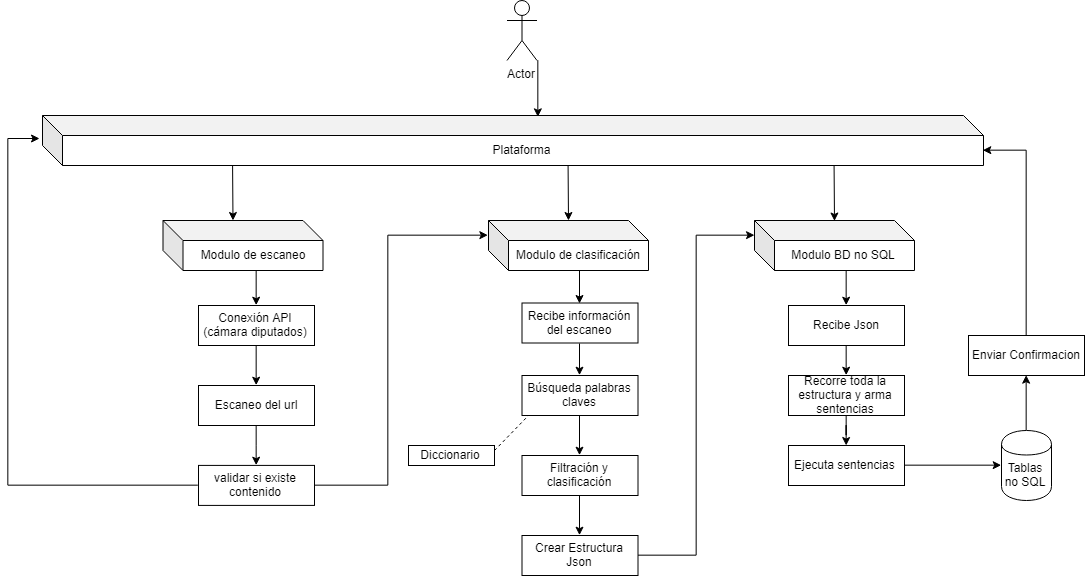
Eithilgan/Proyecto-ACDD keeps this draw.io diagram as Diagrama modular.png. Above is the earlier version. Source tidied: cells renumbered, new cells last; positions are measured from the earlier drawing's top-left corner, leaving out a move shared by most shapes.
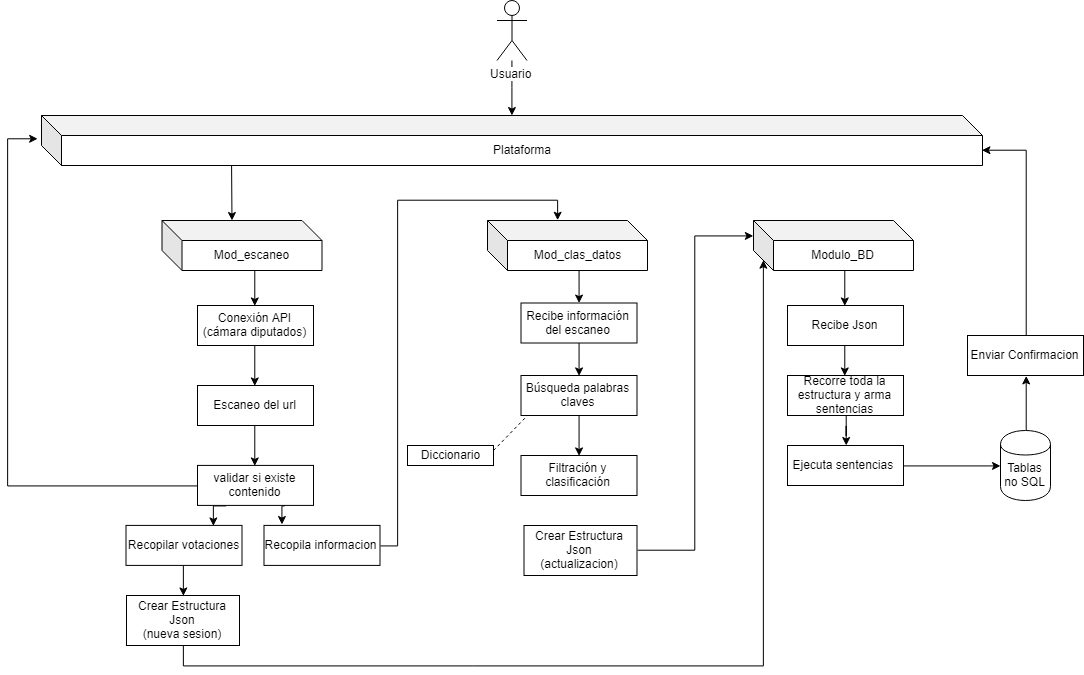
Above is the later version.

What changed in the source:
```diff
@@ -2,11 +2,11 @@
   <root>
     <mxCell id="0" />
     <mxCell id="1" parent="0" />
-    <mxCell id="2" style="edgeStyle=orthogonalEdgeStyle;rounded=0;jettySize=auto;html=1;exitX=1;exitY=1;exitDx=0;exitDy=0;exitPerimeter=0;entryX=0.526;entryY=0.037;entryDx=0;entryDy=0;entryPerimeter=0;" parent="1" edge="1" source="3" target="4">
+    <mxCell id="2" style="edgeStyle=orthogonalEdgeStyle;rounded=0;jettySize=auto;html=1;" parent="1" edge="1" source="3" target="4">
       <mxGeometry relative="1" as="geometry" />
     </mxCell>
-    <mxCell id="3" value="Actor" style="shape=umlActor;verticalLabelPosition=bottom;labelBackgroundColor=#ffffff;verticalAlign=top;html=1;outlineConnect=0;" parent="1" vertex="1">
-      <mxGeometry x="498.5" width="30" height="60" as="geometry" />
+    <mxCell id="3" value="Usuario" style="shape=umlActor;verticalLabelPosition=bottom;labelBackgroundColor=#ffffff;verticalAlign=top;html=1;outlineConnect=0;" parent="1" vertex="1">
+      <mxGeometry x="489.5" width="30" height="60" as="geometry" />
     </mxCell>
     <mxCell id="4" value="Plataforma" style="shape=cube;whiteSpace=wrap;html=1;boundedLbl=1;backgroundOutline=1;darkOpacity=0.05;darkOpacity2=0.1;" parent="1" vertex="1">
       <mxGeometry x="34" y="115" width="941" height="50" as="geometry" />
@@ -14,19 +14,19 @@
     <mxCell id="5" style="edgeStyle=orthogonalEdgeStyle;rounded=0;jettySize=auto;html=1;exitX=0;exitY=0;exitDx=90;exitDy=50;exitPerimeter=0;entryX=0.5;entryY=0;entryDx=0;entryDy=0;" parent="1" edge="1" source="6" target="12">
       <mxGeometry relative="1" as="geometry" />
     </mxCell>
-    <mxCell id="6" value="Modulo de escaneo" style="shape=cube;whiteSpace=wrap;html=1;boundedLbl=1;backgroundOutline=1;darkOpacity=0.05;darkOpacity2=0.1;" parent="1" vertex="1">
+    <mxCell id="6" value="Mod_escaneo" style="shape=cube;whiteSpace=wrap;html=1;boundedLbl=1;backgroundOutline=1;darkOpacity=0.05;darkOpacity2=0.1;" parent="1" vertex="1">
       <mxGeometry x="154.5" y="220" width="160" height="50" as="geometry" />
     </mxCell>
     <mxCell id="7" style="edgeStyle=orthogonalEdgeStyle;rounded=0;jettySize=auto;html=1;exitX=0;exitY=0;exitDx=90;exitDy=50;exitPerimeter=0;entryX=0.5;entryY=0;entryDx=0;entryDy=0;" parent="1" edge="1" source="8" target="29">
       <mxGeometry relative="1" as="geometry" />
     </mxCell>
-    <mxCell id="8" value="Modulo de clasificación" style="shape=cube;whiteSpace=wrap;html=1;boundedLbl=1;backgroundOutline=1;darkOpacity=0.05;darkOpacity2=0.1;" parent="1" vertex="1">
+    <mxCell id="8" value="Mod_clas_datos" style="shape=cube;whiteSpace=wrap;html=1;boundedLbl=1;backgroundOutline=1;darkOpacity=0.05;darkOpacity2=0.1;" parent="1" vertex="1">
       <mxGeometry x="480" y="220" width="160" height="50" as="geometry" />
     </mxCell>
     <mxCell id="9" style="edgeStyle=orthogonalEdgeStyle;rounded=0;jettySize=auto;html=1;exitX=0;exitY=0;exitDx=90;exitDy=50;exitPerimeter=0;entryX=0.5;entryY=0;entryDx=0;entryDy=0;" parent="1" edge="1" source="10" target="25">
       <mxGeometry relative="1" as="geometry" />
     </mxCell>
-    <mxCell id="10" value="Modulo BD no SQL" style="shape=cube;whiteSpace=wrap;html=1;boundedLbl=1;backgroundOutline=1;darkOpacity=0.05;darkOpacity2=0.1;" parent="1" vertex="1">
+    <mxCell id="10" value="Modulo_BD" style="shape=cube;whiteSpace=wrap;html=1;boundedLbl=1;backgroundOutline=1;darkOpacity=0.05;darkOpacity2=0.1;" parent="1" vertex="1">
       <mxGeometry x="746" y="220" width="160" height="50" as="geometry" />
     </mxCell>
     <mxCell id="11" style="edgeStyle=orthogonalEdgeStyle;rounded=0;jettySize=auto;html=1;exitX=0.5;exitY=1;exitDx=0;exitDy=0;entryX=0.5;entryY=0;entryDx=0;entryDy=0;" parent="1" edge="1" source="12" target="14">
@@ -49,35 +49,36 @@
         </Array>
       </mxGeometry>
     </mxCell>
-    <mxCell id="16" style="edgeStyle=orthogonalEdgeStyle;rounded=0;jettySize=auto;html=1;exitX=1;exitY=0.5;exitDx=0;exitDy=0;entryX=0;entryY=0;entryDx=0;entryDy=15;entryPerimeter=0;" parent="1" edge="1" source="17" target="8">
-      <mxGeometry relative="1" as="geometry">
-        <Array as="points">
-          <mxPoint x="380" y="485" />
-          <mxPoint x="380" y="235" />
-        </Array>
-      </mxGeometry>
-    </mxCell>
+    <mxCell id="41" style="edgeStyle=orthogonalEdgeStyle;rounded=0;jettySize=auto;html=1;exitX=0.25;exitY=1;exitDx=0;exitDy=0;entryX=0.75;entryY=0;entryDx=0;entryDy=0;" parent="1" edge="1" source="17" target="46">
+      <mxGeometry relative="1" as="geometry" />
+    </mxCell>
+    <mxCell id="42" style="edgeStyle=orthogonalEdgeStyle;rounded=0;jettySize=auto;html=1;exitX=0.75;exitY=1;exitDx=0;exitDy=0;entryX=0.159;entryY=-0.017;entryDx=0;entryDy=0;entryPerimeter=0;" parent="1" edge="1" source="17" target="48">
+      <mxGeometry relative="1" as="geometry" />
+    </mxCell>
     <mxCell id="17" value="validar si existe contenido" style="rounded=0;whiteSpace=wrap;html=1;" parent="1" vertex="1">
       <mxGeometry x="190" y="464.9" width="116" height="40" as="geometry" />
     </mxCell>
+    <mxCell id="43" style="edgeStyle=orthogonalEdgeStyle;rounded=0;jettySize=auto;html=1;exitX=0.5;exitY=1;exitDx=0;exitDy=0;entryX=0;entryY=0;entryDx=10;entryDy=40;entryPerimeter=0;" parent="1" edge="1" source="44" target="10">
+      <mxGeometry relative="1" as="geometry" />
+    </mxCell>
+    <mxCell id="44" value="Crear Estructura Json&lt;br&gt;(nueva sesion)" style="rounded=0;whiteSpace=wrap;html=1;" parent="1" vertex="1">
+      <mxGeometry x="119" y="595" width="113" height="50" as="geometry" />
+    </mxCell>
+    <mxCell id="45" style="edgeStyle=orthogonalEdgeStyle;rounded=0;jettySize=auto;html=1;exitX=0.5;exitY=1;exitDx=0;exitDy=0;entryX=0.5;entryY=0;entryDx=0;entryDy=0;" parent="1" edge="1" source="46" target="44">
+      <mxGeometry relative="1" as="geometry" />
+    </mxCell>
+    <mxCell id="46" value="Recopilar votaciones" style="rounded=0;whiteSpace=wrap;html=1;" parent="1" vertex="1">
+      <mxGeometry x="118.5" y="524.9" width="116" height="40" as="geometry" />
+    </mxCell>
     <mxCell id="18" style="edgeStyle=orthogonalEdgeStyle;rounded=0;jettySize=auto;html=1;exitX=0.5;exitY=1;exitDx=0;exitDy=0;entryX=0.5;entryY=0;entryDx=0;entryDy=0;" parent="1" edge="1" source="19" target="21">
       <mxGeometry relative="1" as="geometry" />
     </mxCell>
     <mxCell id="19" value="Búsqueda palabras claves" style="rounded=0;whiteSpace=wrap;html=1;" parent="1" vertex="1">
       <mxGeometry x="513.5" y="375" width="116" height="40" as="geometry" />
     </mxCell>
-    <mxCell id="20" style="edgeStyle=orthogonalEdgeStyle;rounded=0;jettySize=auto;html=1;exitX=0.5;exitY=1;exitDx=0;exitDy=0;entryX=0.5;entryY=0;entryDx=0;entryDy=0;" parent="1" edge="1" source="21" target="23">
-      <mxGeometry relative="1" as="geometry" />
-    </mxCell>
     <mxCell id="21" value="Filtración y clasificación" style="rounded=0;whiteSpace=wrap;html=1;" parent="1" vertex="1">
       <mxGeometry x="513.5" y="455" width="116" height="40" as="geometry" />
     </mxCell>
-    <mxCell id="22" style="edgeStyle=orthogonalEdgeStyle;rounded=0;jettySize=auto;html=1;exitX=1;exitY=0.5;exitDx=0;exitDy=0;entryX=0;entryY=0;entryDx=0;entryDy=15;entryPerimeter=0;" parent="1" edge="1" source="23" target="10">
-      <mxGeometry relative="1" as="geometry" />
-    </mxCell>
-    <mxCell id="23" value="Crear Estructura Json" style="rounded=0;whiteSpace=wrap;html=1;" parent="1" vertex="1">
-      <mxGeometry x="513.5" y="535" width="116" height="40" as="geometry" />
-    </mxCell>
     <mxCell id="24" style="edgeStyle=orthogonalEdgeStyle;rounded=0;jettySize=auto;html=1;exitX=0.5;exitY=1;exitDx=0;exitDy=0;entryX=0.5;entryY=0;entryDx=0;entryDy=0;" parent="1" edge="1" source="25" target="31">
       <mxGeometry relative="1" as="geometry" />
     </mxCell>
@@ -123,17 +124,23 @@
     <mxCell id="38" style="endArrow=classic;html=1;entryX=0;entryY=0;entryDx=70;entryDy=0;entryPerimeter=0;exitX=0.202;exitY=0.99;exitDx=0;exitDy=0;exitPerimeter=0;" parent="1" edge="1" source="4" target="6">
       <mxGeometry relative="1" as="geometry" />
     </mxCell>
-    <mxCell id="39" style="endArrow=classic;html=1;entryX=0;entryY=0;entryDx=70;entryDy=0;entryPerimeter=0;exitX=0.202;exitY=0.99;exitDx=0;exitDy=0;exitPerimeter=0;" parent="1" edge="1">
-      <mxGeometry relative="1" as="geometry">
-        <mxPoint x="559.6" y="164.5" as="sourcePoint" />
-        <mxPoint x="560" y="220" as="targetPoint" />
-      </mxGeometry>
-    </mxCell>
-    <mxCell id="40" style="endArrow=classic;html=1;entryX=0;entryY=0;entryDx=70;entryDy=0;entryPerimeter=0;exitX=0.202;exitY=0.99;exitDx=0;exitDy=0;exitPerimeter=0;" parent="1" edge="1">
-      <mxGeometry relative="1" as="geometry">
-        <mxPoint x="825.6" y="165" as="sourcePoint" />
-        <mxPoint x="826" y="220.5" as="targetPoint" />
-      </mxGeometry>
-    </mxCell>
+    <mxCell id="47" style="edgeStyle=orthogonalEdgeStyle;rounded=0;jettySize=auto;html=1;exitX=1;exitY=0.5;exitDx=0;exitDy=0;entryX=0;entryY=0;entryDx=70;entryDy=0;entryPerimeter=0;" parent="1" edge="1" source="48" target="8">
+      <mxGeometry relative="1" as="geometry">
+        <Array as="points">
+          <mxPoint x="390" y="545" />
+          <mxPoint x="390" y="200" />
+          <mxPoint x="550" y="200" />
+        </Array>
+      </mxGeometry>
+    </mxCell>
+    <mxCell id="48" value="Recopila informacion" style="rounded=0;whiteSpace=wrap;html=1;" parent="1" vertex="1">
+      <mxGeometry x="256.5" y="524.9" width="116" height="40" as="geometry" />
+    </mxCell>
+    <mxCell id="49" style="edgeStyle=orthogonalEdgeStyle;rounded=0;jettySize=auto;html=1;exitX=1;exitY=0.5;exitDx=0;exitDy=0;entryX=0;entryY=0;entryDx=0;entryDy=15;entryPerimeter=0;" parent="1" edge="1" source="50" target="10">
+      <mxGeometry relative="1" as="geometry" />
+    </mxCell>
+    <mxCell id="50" value="Crear Estructura Json&lt;br&gt;(actualizacion)" style="rounded=0;whiteSpace=wrap;html=1;" parent="1" vertex="1">
+      <mxGeometry x="516.5" y="525" width="113" height="50" as="geometry" />
+    </mxCell>
   </root>
 </mxGraphModel>
```
